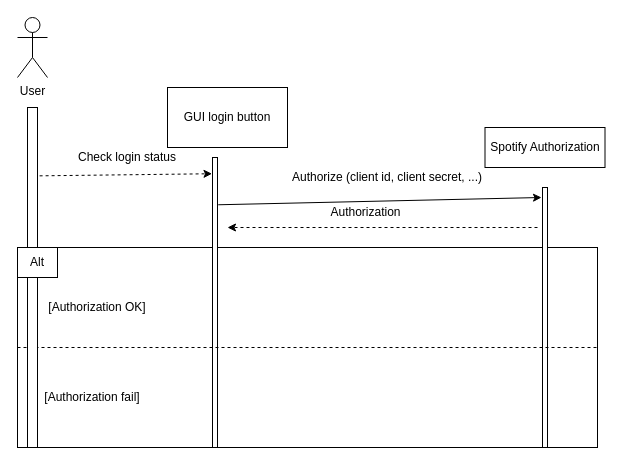
The draw.io diagram login_sequence_model.drawio in stpilks99/moodipy, before the edit. Source tidied: cells renumbered, new cells numbered last; positions are measured from the earlier drawing's top-left corner, leaving out a move shared by most shapes. Both pictures are drawn from the tidied source at 100%, with x=0, y=0 at pixel (17, 17).
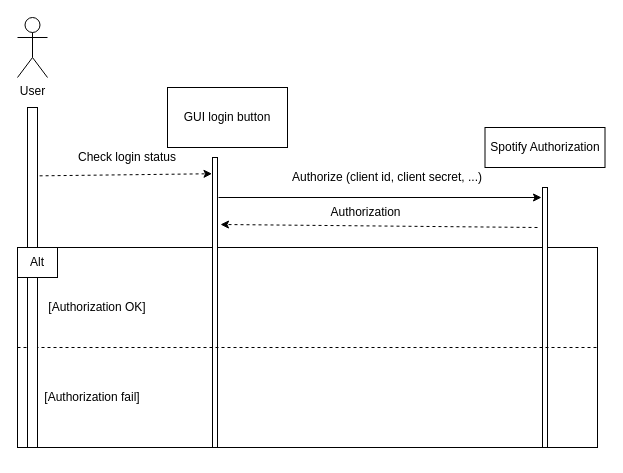
After the change.

The change refers to these unchanged cells:
```xml
<mxCell id="5" style="rounded=0;whiteSpace=wrap;html=1;" parent="1" vertex="1">
  <mxGeometry x="195" y="140" width="5" height="290" as="geometry" />
</mxCell>
```

What changed in the source:
```diff
@@
-    <mxCell id="8" style="endArrow=classic;html=1;exitX=1.145;exitY=0.163;exitDx=0;exitDy=0;exitPerimeter=0;" parent="1" edge="1" source="5">
+    <mxCell id="8" style="endArrow=classic;html=1;" parent="1" edge="1">
       <mxGeometry relative="1" as="geometry">
+        <mxPoint x="201" y="180" as="sourcePoint" />
         <mxPoint x="524" y="180" as="targetPoint" />
       </mxGeometry>
     </mxCell>
@@
-    <mxCell id="11" style="endArrow=classic;html=1;dashed=1;" parent="1" edge="1">
+    <mxCell id="11" style="endArrow=classic;html=1;dashed=1;entryX=1.6;entryY=0.231;entryDx=0;entryDy=0;entryPerimeter=0;" parent="1" edge="1" target="5">
       <mxGeometry relative="1" as="geometry">
         <mxPoint x="520" y="210" as="sourcePoint" />
-        <mxPoint x="210" y="210" as="targetPoint" />
       </mxGeometry>
     </mxCell>
```
